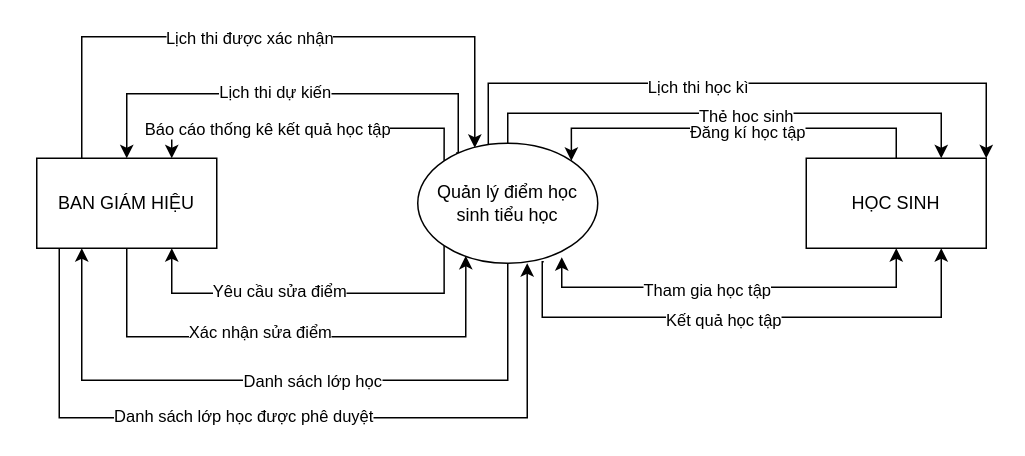
TLGKien/graph keeps this draw.io diagram as 2.2.1.drawio. Above is the earlier version. Source tidied: cells renumbered, new cells numbered last; positions are measured from the earlier drawing's top-left corner, leaving out a move shared by most shapes. Both pictures are drawn from the tidied source at 150%, with x=0, y=0 at pixel (36, 36).
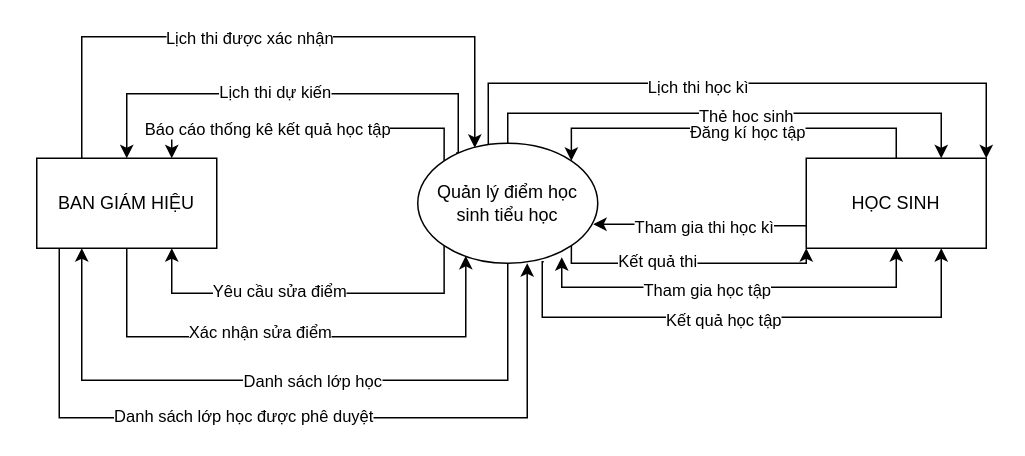
The same page after the edit.

Unchanged cells that the change refers to:
```xml
<mxCell id="16" value="Quản lý điểm học sinh tiểu học" style="ellipse;whiteSpace=wrap;html=1;" parent="1" vertex="1">
  <mxGeometry x="254" y="71" width="120" height="80" as="geometry" />
</mxCell>
<mxCell id="26" value="HỌC SINH" style="rounded=0;whiteSpace=wrap;html=1;" parent="1" vertex="1">
  <mxGeometry x="513" y="81" width="120" height="60" as="geometry" />
</mxCell>
```

What changed in the source:
```diff
@@
+    <mxCell id="29" style="edgeStyle=orthogonalEdgeStyle;rounded=0;jettySize=auto;html=1;exitX=1;exitY=1;exitDx=0;exitDy=0;entryX=0;entryY=1;entryDx=0;entryDy=0;" parent="1" edge="1" source="16" target="26">
+      <mxGeometry relative="1" as="geometry">
+        <Array as="points">
+          <mxPoint x="356" y="151" />
+          <mxPoint x="513" y="151" />
+        </Array>
+      </mxGeometry>
+    </mxCell>
+    <mxCell id="30" value="Kết quả thi" style="edgeLabel;html=1;align=center;verticalAlign=middle;" parent="29" vertex="1">
+      <mxGeometry x="-0.23" y="2" relative="1" as="geometry" />
+    </mxCell>
@@
+    <mxCell id="31" style="edgeStyle=orthogonalEdgeStyle;rounded=0;jettySize=auto;html=1;exitX=0;exitY=0.75;exitDx=0;exitDy=0;entryX=0.975;entryY=0.675;entryDx=0;entryDy=0;entryPerimeter=0;" parent="1" edge="1" source="26" target="16">
+      <mxGeometry relative="1" as="geometry" />
+    </mxCell>
+    <mxCell id="32" value="Tham gia thi học kì" style="edgeLabel;html=1;align=center;verticalAlign=middle;" parent="31" vertex="1">
+      <mxGeometry x="0.26" y="2" relative="1" as="geometry">
+        <mxPoint x="20" y="-1" as="offset" />
+      </mxGeometry>
+    </mxCell>
```
